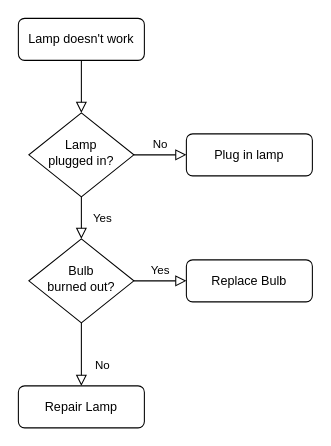
franciscomateusrodriguescastro/MultiplataformaEtapa1 keeps this draw.io diagram as Diagrama sem nome.drawio. Above is the earlier version. Source tidied: cells renumbered, new cells numbered last; positions are measured from the earlier drawing's top-left corner, leaving out a move shared by most shapes. Both pictures are drawn from the tidied source at 105%, with x=0, y=0 at pixel (18, 18).
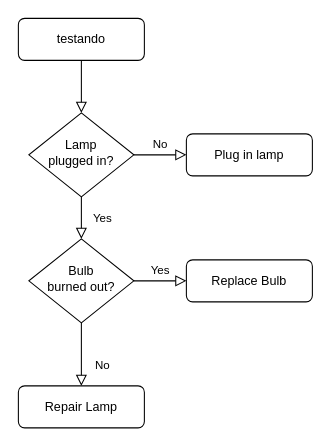
The same page after the edit.

The edit, as a diff of the source:
```diff
@@
 <mxGraphModel>
   <root>
     <mxCell id="0" />
     <mxCell id="1" parent="0" />
     <mxCell id="2" style="rounded=0;html=1;jettySize=auto;fontSize=11;endArrow=block;endFill=0;endSize=8;strokeWidth=1;shadow=0;labelBackgroundColor=none;edgeStyle=orthogonalEdgeStyle;" parent="1" edge="1" source="3" target="6">
       <mxGeometry relative="1" as="geometry" />
     </mxCell>
-    <mxCell id="3" value="Lamp doesn't work" style="rounded=1;whiteSpace=wrap;html=1;fontSize=12;glass=0;strokeWidth=1;shadow=0;" parent="1" vertex="1">
+    <mxCell id="3" value="testando" style="rounded=1;whiteSpace=wrap;html=1;fontSize=12;glass=0;strokeWidth=1;shadow=0;" parent="1" vertex="1">
       <mxGeometry width="120" height="40" as="geometry" />
     </mxCell>
     <mxCell id="4" value="Yes" style="rounded=0;html=1;jettySize=auto;fontSize=11;endArrow=block;endFill=0;endSize=8;strokeWidth=1;shadow=0;labelBackgroundColor=none;edgeStyle=orthogonalEdgeStyle;" parent="1" edge="1" source="6" target="10">
       <mxGeometry y="20" relative="1" as="geometry" />
     </mxCell>
     <mxCell id="5" value="No" style="edgeStyle=orthogonalEdgeStyle;rounded=0;html=1;jettySize=auto;fontSize=11;endArrow=block;endFill=0;endSize=8;strokeWidth=1;shadow=0;labelBackgroundColor=none;" parent="1" edge="1" source="6" target="7">
       <mxGeometry y="10" relative="1" as="geometry" />
     </mxCell>
     <mxCell id="6" value="Lamp&lt;br&gt;plugged in?" style="rhombus;whiteSpace=wrap;html=1;shadow=0;fontFamily=Helvetica;fontSize=12;align=center;strokeWidth=1;spacing=6;spacingTop=-4;" parent="1" vertex="1">
       <mxGeometry x="10" y="90" width="100" height="80" as="geometry" />
     </mxCell>
     <mxCell id="7" value="Plug in lamp" style="rounded=1;whiteSpace=wrap;html=1;fontSize=12;glass=0;strokeWidth=1;shadow=0;" parent="1" vertex="1">
       <mxGeometry x="160" y="110" width="120" height="40" as="geometry" />
     </mxCell>
     <mxCell id="8" value="No" style="rounded=0;html=1;jettySize=auto;fontSize=11;endArrow=block;endFill=0;endSize=8;strokeWidth=1;shadow=0;labelBackgroundColor=none;edgeStyle=orthogonalEdgeStyle;" parent="1" edge="1" source="10" target="11">
       <mxGeometry x="0.33" y="20" relative="1" as="geometry" />
     </mxCell>
     <mxCell id="9" value="Yes" style="edgeStyle=orthogonalEdgeStyle;rounded=0;html=1;jettySize=auto;fontSize=11;endArrow=block;endFill=0;endSize=8;strokeWidth=1;shadow=0;labelBackgroundColor=none;" parent="1" edge="1" source="10" target="12">
       <mxGeometry y="10" relative="1" as="geometry" />
     </mxCell>
     <mxCell id="10" value="Bulb&lt;br&gt;burned out?" style="rhombus;whiteSpace=wrap;html=1;shadow=0;fontFamily=Helvetica;fontSize=12;align=center;strokeWidth=1;spacing=6;spacingTop=-4;" parent="1" vertex="1">
       <mxGeometry x="10" y="210" width="100" height="80" as="geometry" />
     </mxCell>
     <mxCell id="11" value="Repair Lamp" style="rounded=1;whiteSpace=wrap;html=1;fontSize=12;glass=0;strokeWidth=1;shadow=0;" parent="1" vertex="1">
       <mxGeometry y="350" width="120" height="40" as="geometry" />
     </mxCell>
     <mxCell id="12" value="Replace Bulb" style="rounded=1;whiteSpace=wrap;html=1;fontSize=12;glass=0;strokeWidth=1;shadow=0;" parent="1" vertex="1">
       <mxGeometry x="160" y="230" width="120" height="40" as="geometry" />
     </mxCell>
   </root>
 </mxGraphModel>
```
